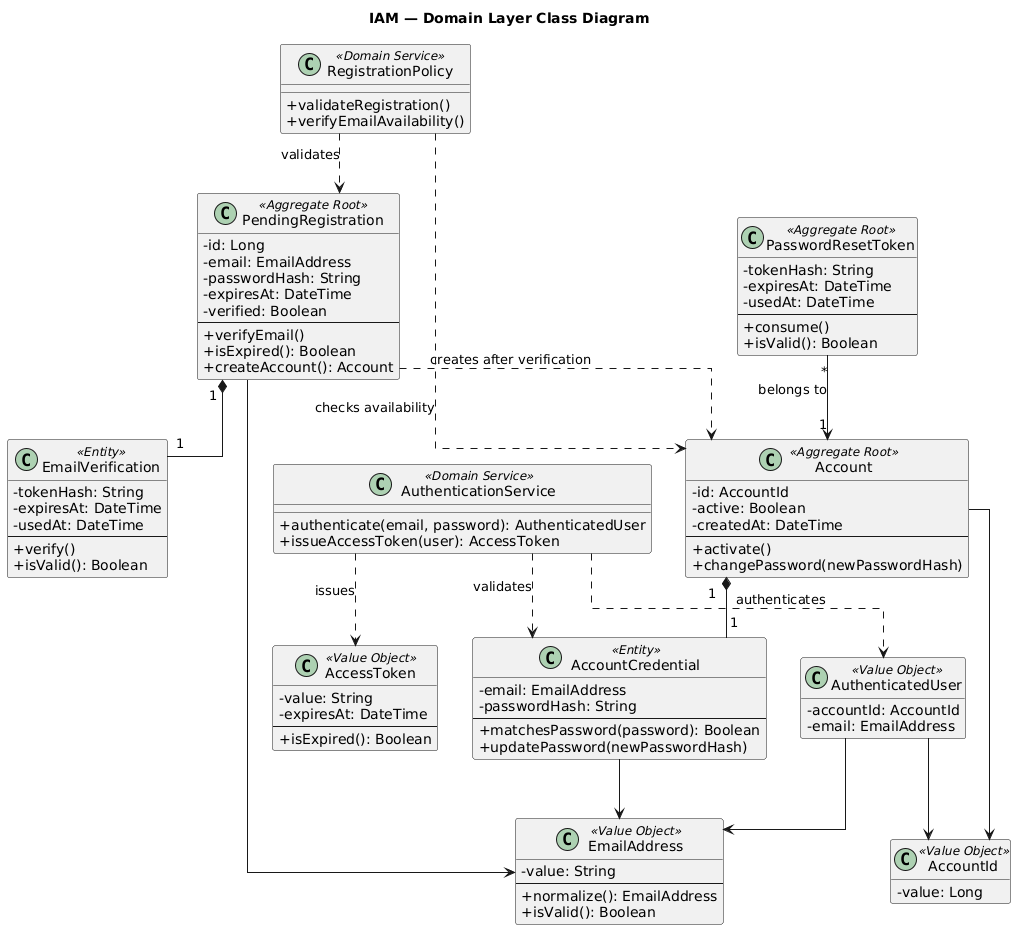
Before: assets/img/figures/iamclass.png, a diagram exported from PlantUML (upc-pre-202620-13980-greenminds/GreenMinds_Report).
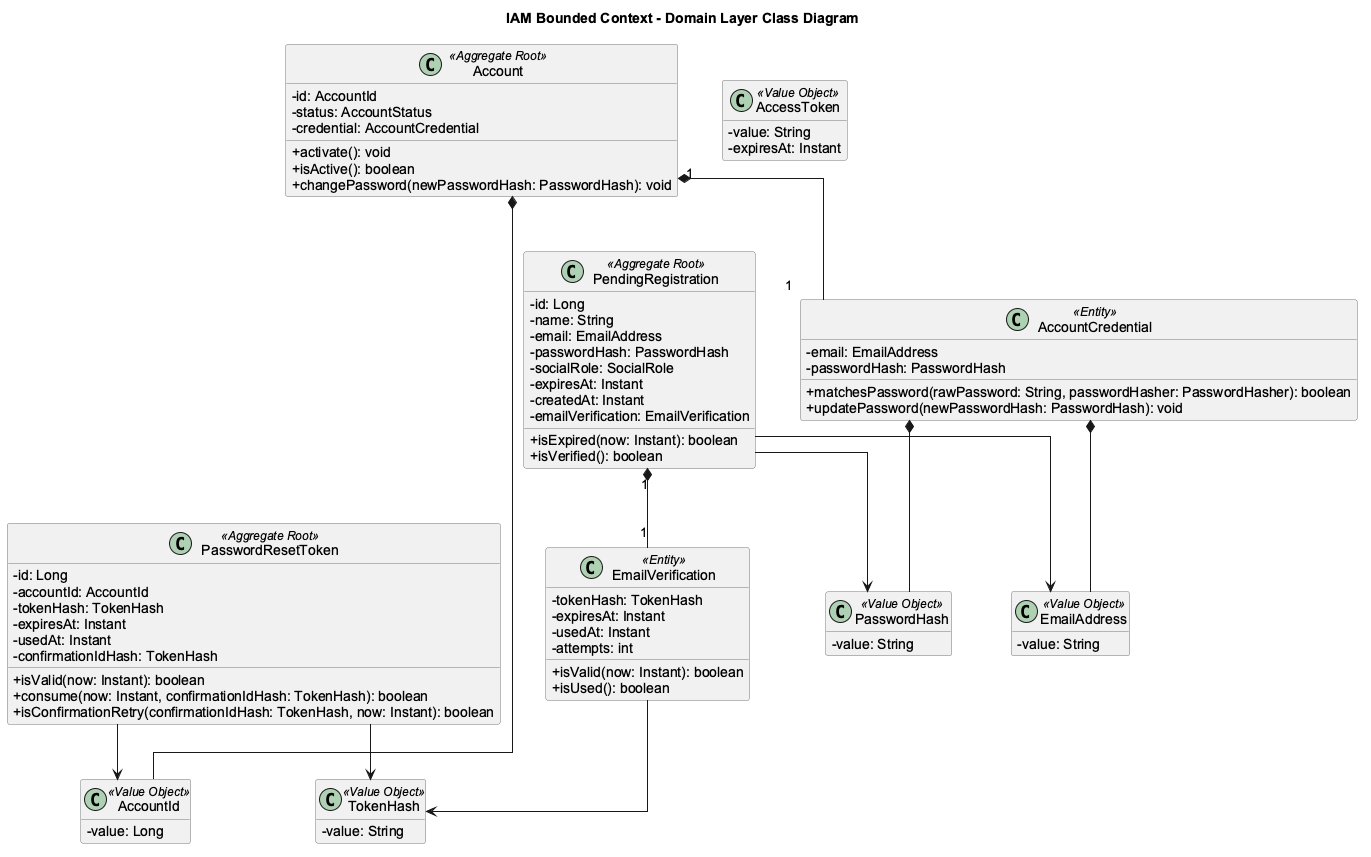
Above is the later version.

The edit, as a diff of the source:
```diff
@@ -1,109 +1,86 @@
 @startuml
-title IAM — Domain Layer Class Diagram
-
+top to bottom direction
+skinparam backgroundColor white
+skinparam shadowing false
 skinparam classAttributeIconSize 0
-skinparam shadowing false
+skinparam classBackgroundColor #F1F1F1
+skinparam classBorderColor #777777
+skinparam packageStyle rectangle
+skinparam defaultFontName Arial
 skinparam linetype ortho
-hide empty methods
-
+skinparam nodesep 45
+skinparam ranksep 55
+hide empty members
+title IAM Bounded Context - Domain Layer Class Diagram
 class PendingRegistration <<Aggregate Root>> {
-  - id: Long
-  - email: EmailAddress
-  - passwordHash: String
-  - expiresAt: DateTime
-  - verified: Boolean
-  --
-  + verifyEmail()
-  + isExpired(): Boolean
-  + createAccount(): Account
+-id: Long
+-name: String
+-email: EmailAddress
+-passwordHash: PasswordHash
+-socialRole: SocialRole
+-expiresAt: Instant
+-createdAt: Instant
+-emailVerification: EmailVerification
++isExpired(now: Instant): boolean
++isVerified(): boolean
 }
-
 class EmailVerification <<Entity>> {
-  - tokenHash: String
-  - expiresAt: DateTime
-  - usedAt: DateTime
-  --
-  + verify()
-  + isValid(): Boolean
+-tokenHash: TokenHash
+-expiresAt: Instant
+-usedAt: Instant
+-attempts: int
++isValid(now: Instant): boolean
++isUsed(): boolean
 }
-
 class Account <<Aggregate Root>> {
-  - id: AccountId
-  - active: Boolean
-  - createdAt: DateTime
-  --
-  + activate()
-  + changePassword(newPasswordHash)
+-id: AccountId
+-status: AccountStatus
+-credential: AccountCredential
++activate(): void
++isActive(): boolean
++changePassword(newPasswordHash: PasswordHash): void
 }
-
 class AccountCredential <<Entity>> {
-  - email: EmailAddress
-  - passwordHash: String
-  --
-  + matchesPassword(password): Boolean
-  + updatePassword(newPasswordHash)
+-email: EmailAddress
+-passwordHash: PasswordHash
++matchesPassword(rawPassword: String, passwordHasher: PasswordHasher): boolean
++updatePassword(newPasswordHash: PasswordHash): void
 }
-
 class PasswordResetToken <<Aggregate Root>> {
-  - tokenHash: String
-  - expiresAt: DateTime
-  - usedAt: DateTime
-  --
-  + consume()
-  + isValid(): Boolean
+-id: Long
+-accountId: AccountId
+-tokenHash: TokenHash
+-expiresAt: Instant
+-usedAt: Instant
+-confirmationIdHash: TokenHash
++isValid(now: Instant): boolean
++consume(now: Instant, confirmationIdHash: TokenHash): boolean
++isConfirmationRetry(confirmationIdHash: TokenHash, now: Instant): boolean
 }
-
+class AccountId <<Value Object>> {
+-value: Long
+}
 class EmailAddress <<Value Object>> {
-  - value: String
-  --
-  + normalize(): EmailAddress
-  + isValid(): Boolean
+-value: String
 }
-
-class AccountId <<Value Object>> {
-  - value: Long
+class PasswordHash <<Value Object>> {
+-value: String
 }
-
+class TokenHash <<Value Object>> {
+-value: String
+}
 class AccessToken <<Value Object>> {
-  - value: String
-  - expiresAt: DateTime
-  --
-  + isExpired(): Boolean
+-value: String
+-expiresAt: Instant
 }
-
-class AuthenticatedUser <<Value Object>> {
-  - accountId: AccountId
-  - email: EmailAddress
-}
-
-class RegistrationPolicy <<Domain Service>> {
-  + validateRegistration()
-  + verifyEmailAvailability()
-}
-
-class AuthenticationService <<Domain Service>> {
-  + authenticate(email, password): AuthenticatedUser
-  + issueAccessToken(user): AccessToken
-}
-
 PendingRegistration "1" *-- "1" EmailVerification
+Account "1" *-- "1" AccountCredential
+Account *-- AccountId
+AccountCredential *-- EmailAddress
+AccountCredential *-- PasswordHash
 PendingRegistration --> EmailAddress
-PendingRegistration ..> Account : creates after verification
-
-Account "1" *-- "1" AccountCredential
-Account --> AccountId
-
-AccountCredential --> EmailAddress
-
-PasswordResetToken "*" --> "1" Account : belongs to
-
-AuthenticatedUser --> AccountId
-AuthenticatedUser --> EmailAddress
-
-RegistrationPolicy ..> PendingRegistration : validates
-RegistrationPolicy ..> Account : checks availability
-
-AuthenticationService ..> AccountCredential : validates
-AuthenticationService ..> AuthenticatedUser : authenticates
-AuthenticationService ..> AccessToken : issues
+PendingRegistration --> PasswordHash
+EmailVerification --> TokenHash
+PasswordResetToken --> TokenHash
+PasswordResetToken --> AccountId
 @enduml
```
